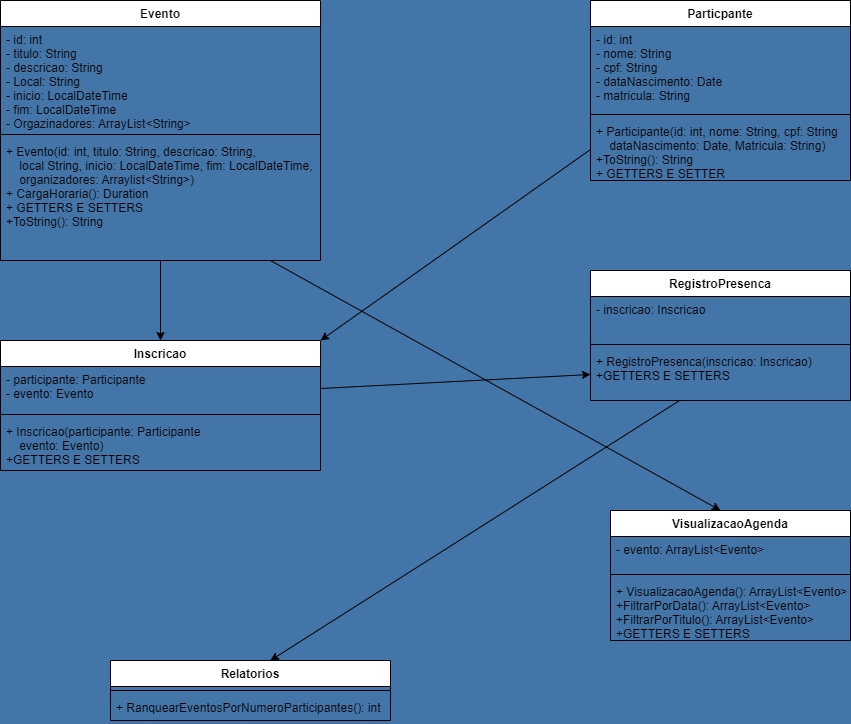
Above: UML.drawio.png in Emanuel3k/POO-Sistema-de-Eventos (draw.io), before the change. Source tidied: cells renumbered, new cells last; positions are measured from the earlier drawing's top-left corner, leaving out a move shared by most shapes.
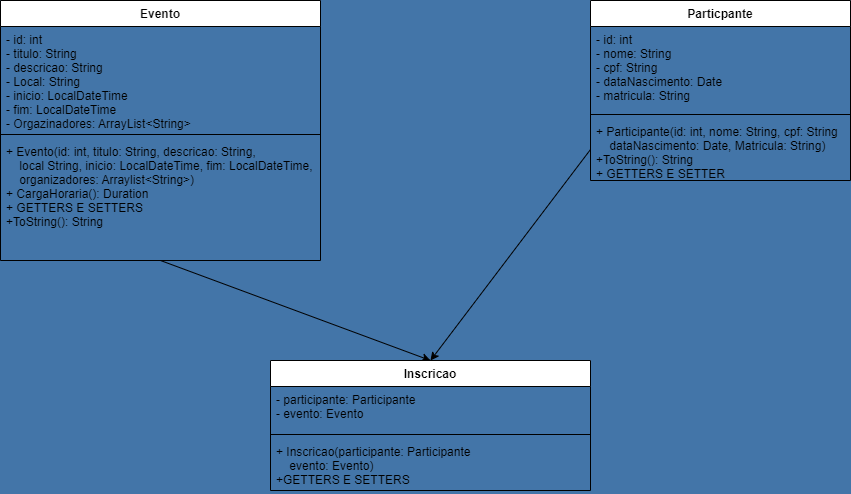
Above is the later version.

Commit message:
removi da UML as classes que decidimos deixar fora

The edit, as a diff of the source:
```diff
@@ -29,23 +29,8 @@
     <mxCell id="10" value="+ Participante(id: int, nome: String, cpf: String&#10;    dataNascimento: Date, Matricula: String)&#10;+ToString(): String&#10;+ GETTERS E SETTER" style="text;strokeColor=none;fillColor=none;align=left;verticalAlign=top;spacingLeft=4;spacingRight=4;overflow=hidden;points=[[0,0.5],[1,0.5]];portConstraint=eastwest;labelBackgroundColor=none;" parent="7" vertex="1">
       <mxGeometry y="118" width="260" height="62" as="geometry" />
     </mxCell>
-    <mxCell id="11" style="edgeStyle=none;html=1;entryX=0.458;entryY=-0.001;entryDx=0;entryDy=0;entryPerimeter=0;" parent="1" edge="1" source="6" target="21">
-      <mxGeometry relative="1" as="geometry" />
-    </mxCell>
-    <mxCell id="12" value="RegistroPresenca" style="swimlane;fontStyle=1;align=center;verticalAlign=top;horizontal=1;startSize=26;labelBackgroundColor=none;" parent="1" vertex="1">
-      <mxGeometry x="590" y="270" width="260" height="130" as="geometry" />
-    </mxCell>
-    <mxCell id="13" value="- inscricao: Inscricao" style="text;strokeColor=none;fillColor=none;align=left;verticalAlign=top;spacingLeft=4;spacingRight=4;overflow=hidden;labelBackgroundColor=none;" parent="12" vertex="1">
-      <mxGeometry y="26" width="260" height="44" as="geometry" />
-    </mxCell>
-    <mxCell id="14" style="line;strokeWidth=1;fillColor=none;align=left;verticalAlign=middle;spacingTop=-1;spacingLeft=3;spacingRight=3;labelPosition=right;strokeColor=inherit;labelBackgroundColor=none;" parent="12" vertex="1">
-      <mxGeometry y="70" width="260" height="8" as="geometry" />
-    </mxCell>
-    <mxCell id="15" value="+ RegistroPresenca(inscricao: Inscricao)&#10;+GETTERS E SETTERS&#10;&#10;&#10;&#10;" style="text;strokeColor=none;fillColor=none;align=left;verticalAlign=top;spacingLeft=4;spacingRight=4;overflow=hidden;points=[[0,0.5],[1,0.5]];portConstraint=eastwest;labelBackgroundColor=none;" parent="12" vertex="1">
-      <mxGeometry y="78" width="260" height="52" as="geometry" />
-    </mxCell>
     <mxCell id="16" value="Inscricao" style="swimlane;fontStyle=1;align=center;verticalAlign=top;horizontal=1;startSize=26;labelBackgroundColor=none;" parent="1" vertex="1">
-      <mxGeometry y="340" width="320" height="130" as="geometry" />
+      <mxGeometry x="270" y="360" width="320" height="130" as="geometry" />
     </mxCell>
     <mxCell id="17" value="- participante: Participante&#10;- evento: Evento" style="text;strokeColor=none;fillColor=none;align=left;verticalAlign=top;spacingLeft=4;spacingRight=4;overflow=hidden;points=[[0,0.5],[1,0.5]];portConstraint=eastwest;labelBackgroundColor=none;" parent="16" vertex="1">
       <mxGeometry y="26" width="320" height="44" as="geometry" />
@@ -56,35 +41,10 @@
     <mxCell id="19" value="+ Inscricao(participante: Participante&#10;    evento: Evento)&#10;+GETTERS E SETTERS&#10;&#10;&#10;&#10;" style="text;strokeColor=none;fillColor=none;align=left;verticalAlign=top;spacingLeft=4;spacingRight=4;overflow=hidden;labelBackgroundColor=none;" parent="16" vertex="1">
       <mxGeometry y="78" width="320" height="52" as="geometry" />
     </mxCell>
-    <mxCell id="20" style="edgeStyle=none;html=1;entryX=0.571;entryY=0;entryDx=0;entryDy=0;entryPerimeter=0;" parent="1" edge="1" source="15" target="25">
-      <mxGeometry relative="1" as="geometry" />
-    </mxCell>
-    <mxCell id="21" value="VisualizacaoAgenda" style="swimlane;fontStyle=1;align=center;verticalAlign=top;horizontal=1;startSize=26;labelBackgroundColor=none;" parent="1" vertex="1">
-      <mxGeometry x="610" y="510" width="240" height="130" as="geometry" />
-    </mxCell>
-    <mxCell id="22" value="- evento: ArrayList&lt;Evento&gt;" style="text;strokeColor=none;fillColor=none;align=left;verticalAlign=top;spacingLeft=4;spacingRight=4;overflow=hidden;labelBackgroundColor=none;" parent="21" vertex="1">
-      <mxGeometry y="26" width="240" height="34" as="geometry" />
-    </mxCell>
-    <mxCell id="23" style="line;strokeWidth=1;fillColor=none;align=left;verticalAlign=middle;spacingTop=-1;spacingLeft=3;spacingRight=3;labelPosition=right;strokeColor=inherit;labelBackgroundColor=none;" parent="21" vertex="1">
-      <mxGeometry y="60" width="240" height="8" as="geometry" />
-    </mxCell>
-    <mxCell id="24" value="+ VisualizacaoAgenda(): ArrayList&lt;Evento&gt;&#10;+FiltrarPorData(): ArrayList&lt;Evento&gt;&#10;+FiltrarPorTitulo(): ArrayList&lt;Evento&gt;&#10;+GETTERS E SETTERS&#10;&#10;&#10;&#10;" style="text;strokeColor=none;fillColor=none;align=left;verticalAlign=top;spacingLeft=4;spacingRight=4;overflow=hidden;labelBackgroundColor=none;" parent="21" vertex="1">
-      <mxGeometry y="68" width="240" height="62" as="geometry" />
-    </mxCell>
-    <mxCell id="25" value="Relatorios" style="swimlane;fontStyle=1;align=center;verticalAlign=top;horizontal=1;startSize=26;labelBackgroundColor=none;" parent="1" vertex="1">
-      <mxGeometry x="110" y="660" width="280" height="60" as="geometry" />
-    </mxCell>
-    <mxCell id="26" style="line;strokeWidth=1;fillColor=none;align=left;verticalAlign=middle;spacingTop=-1;spacingLeft=3;spacingRight=3;labelPosition=right;strokeColor=inherit;labelBackgroundColor=none;" parent="25" vertex="1">
-      <mxGeometry y="26" width="280" height="8" as="geometry" />
-    </mxCell>
-    <mxCell id="27" value="+ RanquearEventosPorNumeroParticipantes(): int" style="text;strokeColor=none;fillColor=none;align=left;verticalAlign=top;spacingLeft=4;spacingRight=4;overflow=hidden;labelBackgroundColor=none;" parent="25" vertex="1">
-      <mxGeometry y="34" width="280" height="26" as="geometry" />
-    </mxCell>
-    <mxCell id="28" style="edgeStyle=none;html=1;exitX=1;exitY=0.5;exitDx=0;exitDy=0;entryX=0;entryY=0.5;entryDx=0;entryDy=0;" parent="1" edge="1" source="17" target="15">
-      <mxGeometry relative="1" as="geometry" />
-    </mxCell>
-    <mxCell id="29" style="edgeStyle=none;html=1;exitX=0;exitY=0.5;exitDx=0;exitDy=0;entryX=1;entryY=0;entryDx=0;entryDy=0;" parent="1" edge="1" source="10" target="16">
-      <mxGeometry relative="1" as="geometry" />
+    <mxCell id="29" style="edgeStyle=none;html=1;exitX=0;exitY=0.5;exitDx=0;exitDy=0;" parent="1" edge="1" source="10">
+      <mxGeometry relative="1" as="geometry">
+        <mxPoint x="430" y="360" as="targetPoint" />
+      </mxGeometry>
     </mxCell>
   </root>
 </mxGraphModel>
```
